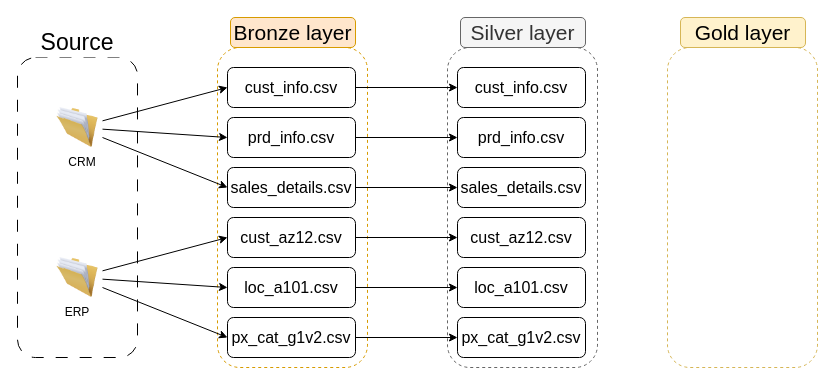
Before: flowcharts/data_flow.drawio in LuitelDavid/SQL-datawarehouse-project, a draw.io diagram. Source tidied: cells renumbered, new cells numbered last; positions are measured from the earlier drawing's top-left corner, leaving out a move shared by most shapes. Both pictures are drawn from the tidied source at 100%, with x=0, y=0 at pixel (17, 17).
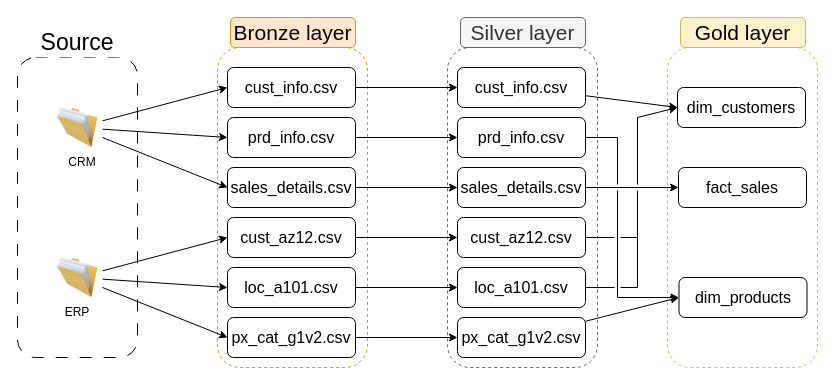
Above is the later version.

The change refers to these unchanged cells:
```xml
<mxCell id="32" value="&lt;font style=&quot;font-size: 16px;&quot;&gt;cust_info.csv&lt;/font&gt;" style="rounded=1;whiteSpace=wrap;html=1;" parent="1" vertex="1">
  <mxGeometry x="440" y="50" width="128" height="40" as="geometry" />
</mxCell>
<mxCell id="33" value="&lt;font style=&quot;font-size: 16px;&quot;&gt;prd_info.csv&lt;/font&gt;" style="rounded=1;whiteSpace=wrap;html=1;" parent="1" vertex="1">
  <mxGeometry x="440" y="100" width="128" height="40" as="geometry" />
</mxCell>
<mxCell id="34" value="&lt;font style=&quot;font-size: 16px;&quot;&gt;sales_details.csv&lt;/font&gt;" style="rounded=1;whiteSpace=wrap;html=1;" parent="1" vertex="1">
  <mxGeometry x="440" y="150" width="128" height="40" as="geometry" />
</mxCell>
<mxCell id="35" value="&lt;font style=&quot;font-size: 16px;&quot;&gt;cust_az12.csv&lt;/font&gt;" style="rounded=1;whiteSpace=wrap;html=1;" parent="1" vertex="1">
  <mxGeometry x="440" y="200" width="128" height="40" as="geometry" />
</mxCell>
<mxCell id="36" value="&lt;font style=&quot;font-size: 16px;&quot;&gt;loc_a101.csv&lt;/font&gt;" style="rounded=1;whiteSpace=wrap;html=1;" parent="1" vertex="1">
  <mxGeometry x="440" y="250" width="128" height="40" as="geometry" />
</mxCell>
<mxCell id="37" value="&lt;font style=&quot;font-size: 16px;&quot;&gt;px_cat_g1v2.csv&lt;/font&gt;" style="rounded=1;whiteSpace=wrap;html=1;" parent="1" vertex="1">
  <mxGeometry x="440" y="300" width="128" height="40" as="geometry" />
</mxCell>
```

Change to the diagram source:
```diff
@@
+    <mxCell id="38" style="edgeStyle=none;html=1;entryX=0;entryY=0.5;entryDx=0;entryDy=0;jumpStyle=gap;" parent="1" edge="1" source="32" target="42">
+      <mxGeometry relative="1" as="geometry" />
+    </mxCell>
@@
+    <mxCell id="39" style="edgeStyle=none;html=1;entryX=0;entryY=0.5;entryDx=0;entryDy=0;jumpStyle=gap;" parent="1" edge="1" source="34" target="41">
+      <mxGeometry relative="1" as="geometry" />
+    </mxCell>
@@
+    <mxCell id="40" style="edgeStyle=none;html=1;entryX=0;entryY=0.5;entryDx=0;entryDy=0;jumpStyle=gap;" parent="1" edge="1" source="37" target="43">
+      <mxGeometry relative="1" as="geometry" />
+    </mxCell>
@@
+    <mxCell id="41" value="&lt;font style=&quot;font-size: 16px;&quot;&gt;fact_sales&lt;/font&gt;" style="rounded=1;whiteSpace=wrap;html=1;" parent="1" vertex="1">
+      <mxGeometry x="661" y="150" width="128" height="40" as="geometry" />
+    </mxCell>
+    <mxCell id="42" value="&lt;font style=&quot;font-size: 16px;&quot;&gt;dim_customers&lt;/font&gt;" style="rounded=1;whiteSpace=wrap;html=1;" parent="1" vertex="1">
+      <mxGeometry x="660" y="70" width="128" height="40" as="geometry" />
+    </mxCell>
+    <mxCell id="43" value="&lt;font style=&quot;font-size: 16px;&quot;&gt;dim_products&lt;/font&gt;" style="rounded=1;whiteSpace=wrap;html=1;" parent="1" vertex="1">
+      <mxGeometry x="661.5" y="260" width="128" height="40" as="geometry" />
+    </mxCell>
+    <mxCell id="44" style="endArrow=none;html=1;exitX=1;exitY=0.5;exitDx=0;exitDy=0;jumpStyle=gap;" parent="1" edge="1" source="33">
+      <mxGeometry relative="1" as="geometry">
+        <mxPoint x="600" y="120" as="targetPoint" />
+      </mxGeometry>
+    </mxCell>
+    <mxCell id="45" style="endArrow=none;html=1;jumpStyle=gap;" parent="1" edge="1">
+      <mxGeometry relative="1" as="geometry">
+        <mxPoint x="600" y="280" as="sourcePoint" />
+        <mxPoint x="600" y="120" as="targetPoint" />
+      </mxGeometry>
+    </mxCell>
+    <mxCell id="46" style="endArrow=classic;html=1;entryX=0;entryY=0.5;entryDx=0;entryDy=0;jumpStyle=gap;" parent="1" edge="1" target="43">
+      <mxGeometry relative="1" as="geometry">
+        <mxPoint x="600" y="280" as="sourcePoint" />
+      </mxGeometry>
+    </mxCell>
+    <mxCell id="47" style="endArrow=none;html=1;exitX=1;exitY=0.5;exitDx=0;exitDy=0;jumpStyle=gap;" parent="1" edge="1" source="35">
+      <mxGeometry relative="1" as="geometry">
+        <mxPoint x="620" y="220" as="targetPoint" />
+      </mxGeometry>
+    </mxCell>
+    <mxCell id="48" style="endArrow=none;html=1;exitX=1;exitY=0.5;exitDx=0;exitDy=0;jumpStyle=gap;" parent="1" edge="1" source="36">
+      <mxGeometry relative="1" as="geometry">
+        <mxPoint x="620" y="270" as="targetPoint" />
+      </mxGeometry>
+    </mxCell>
+    <mxCell id="49" style="endArrow=none;html=1;jumpStyle=gap;" parent="1" edge="1">
+      <mxGeometry relative="1" as="geometry">
+        <mxPoint x="620" y="270" as="sourcePoint" />
+        <mxPoint x="620" y="100" as="targetPoint" />
+      </mxGeometry>
+    </mxCell>
+    <mxCell id="50" style="endArrow=classic;html=1;entryX=0;entryY=0.5;entryDx=0;entryDy=0;jumpStyle=gap;" parent="1" edge="1" target="42">
+      <mxGeometry relative="1" as="geometry">
+        <mxPoint x="620" y="100" as="sourcePoint" />
+      </mxGeometry>
+    </mxCell>
```
